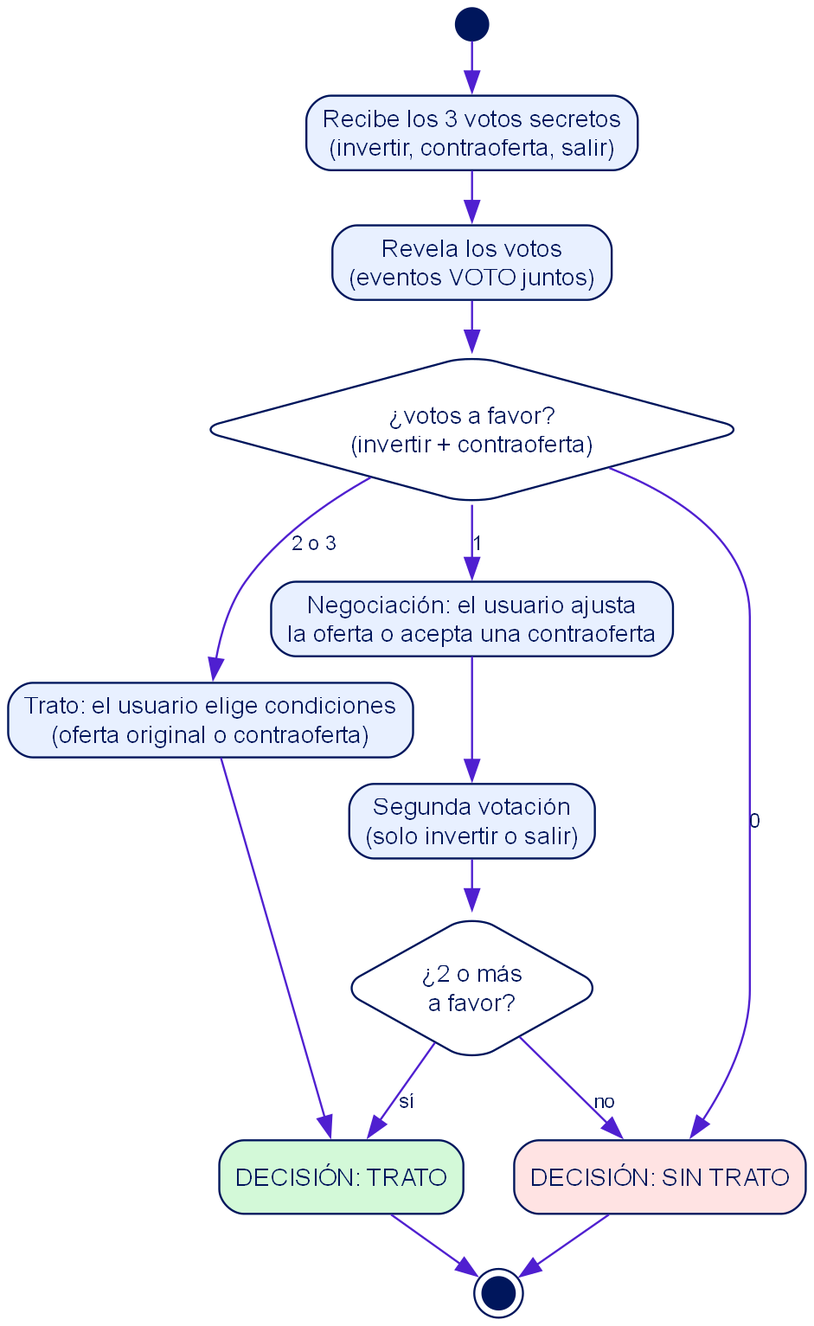
Above: docs/figuras/f10_votacion.png in albertolopezb/NeuralHub (Graphviz), before the change. Its source is kept beside it as docs/figuras/f10_votacion.dot. Source of this version:
```dot
digraph G{ bgcolor=white; rankdir=TB; nodesep=.35; ranksep=.35;
node[fontname="Helvetica",fontsize=12,color="#00165C",fontcolor="#00165C",style="rounded,filled",fillcolor="#E8F0FF",shape=box]; edge[fontname="Helvetica",fontsize=10,color="#4F1FD0",fontcolor="#00165C"];
s[shape=circle,label="",width=.22,fillcolor="#00165C"]; fin[shape=doublecircle,label="",width=.22,fillcolor="#00165C"];
v1[label="Recibe los 3 votos secretos\n(invertir, contraoferta, salir)"]; r1[label="Revela los votos\n(eventos VOTO juntos)"];
c1[shape=diamond,fillcolor=white,label="¿votos a favor?\n(invertir + contraoferta)"];
t1[label="Trato: el usuario elige condiciones\n(oferta original o contraoferta)"]; n1[label="Negociación: el usuario ajusta\nla oferta o acepta una contraoferta"]; rv[label="Segunda votación\n(solo invertir o salir)"];
c2[shape=diamond,fillcolor=white,label="¿2 o más\na favor?"];
T[label="DECISIÓN: TRATO",fillcolor="#D3F9D8"]; S[label="DECISIÓN: SIN TRATO",fillcolor="#FFE3E3"];
s->v1->r1->c1; c1->t1[label="2 o 3"]; c1->n1[label="1"]; c1->S[label="0"]; t1->T; n1->rv->c2; c2->T[label="sí"]; c2->S[label="no"]; T->fin; S->fin;}
```
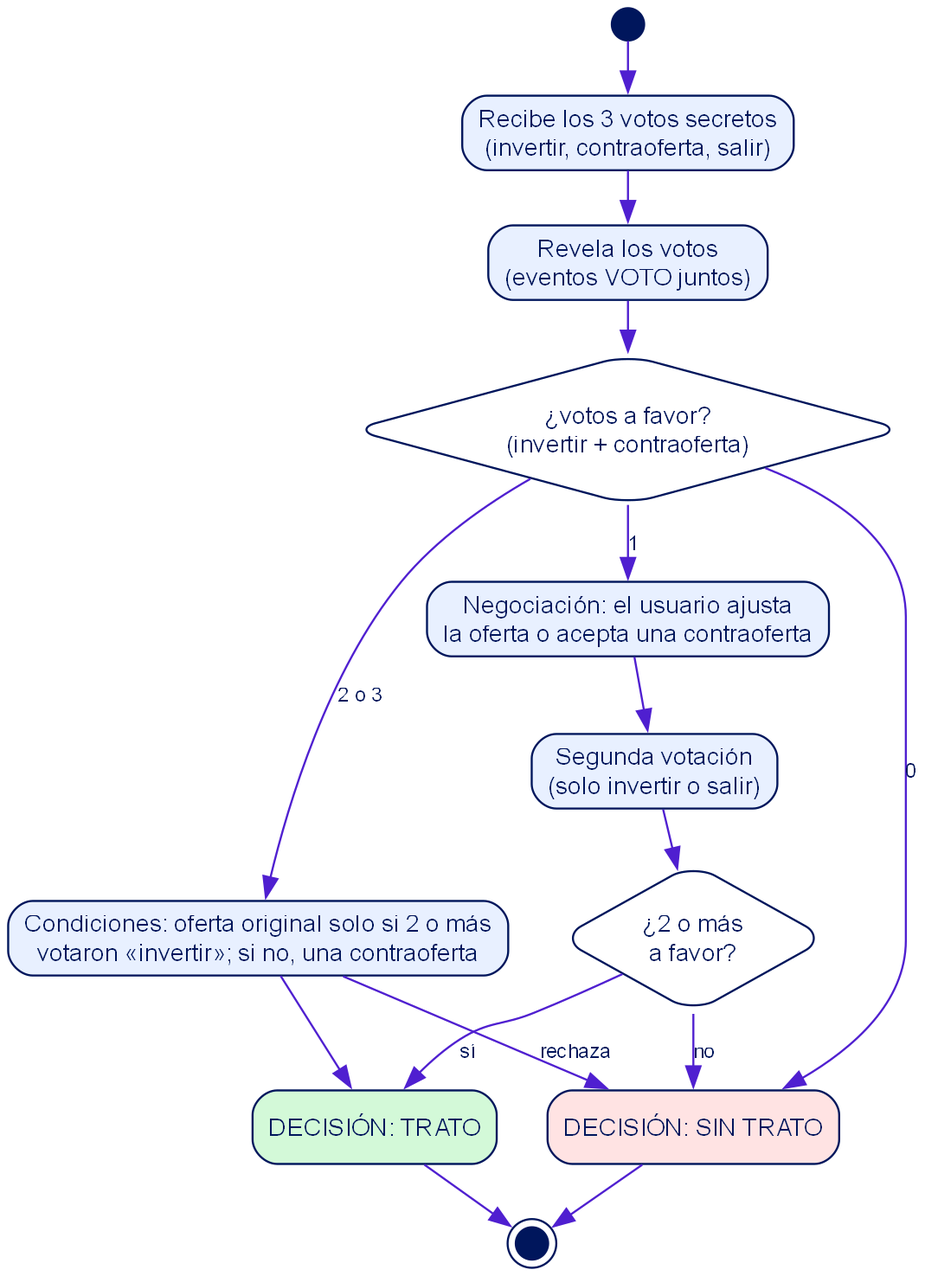
The same diagram one commit later.

What changed in the source:
```diff
@@ -3,7 +3,7 @@
 s[shape=circle,label="",width=.22,fillcolor="#00165C"]; fin[shape=doublecircle,label="",width=.22,fillcolor="#00165C"];
 v1[label="Recibe los 3 votos secretos\n(invertir, contraoferta, salir)"]; r1[label="Revela los votos\n(eventos VOTO juntos)"];
 c1[shape=diamond,fillcolor=white,label="¿votos a favor?\n(invertir + contraoferta)"];
-t1[label="Trato: el usuario elige condiciones\n(oferta original o contraoferta)"]; n1[label="Negociación: el usuario ajusta\nla oferta o acepta una contraoferta"]; rv[label="Segunda votación\n(solo invertir o salir)"];
+t1[label="Condiciones: oferta original solo si 2 o más\nvotaron «invertir»; si no, una contraoferta"]; n1[label="Negociación: el usuario ajusta\nla oferta o acepta una contraoferta"]; rv[label="Segunda votación\n(solo invertir o salir)"];
 c2[shape=diamond,fillcolor=white,label="¿2 o más\na favor?"];
 T[label="DECISIÓN: TRATO",fillcolor="#D3F9D8"]; S[label="DECISIÓN: SIN TRATO",fillcolor="#FFE3E3"];
-s->v1->r1->c1; c1->t1[label="2 o 3"]; c1->n1[label="1"]; c1->S[label="0"]; t1->T; n1->rv->c2; c2->T[label="sí"]; c2->S[label="no"]; T->fin; S->fin;}
+s->v1->r1->c1; c1->t1[label="2 o 3"]; t1->S[label="rechaza"]; c1->n1[label="1"]; c1->S[label="0"]; t1->T; n1->rv->c2; c2->T[label="sí"]; c2->S[label="no"]; T->fin; S->fin;}
```
